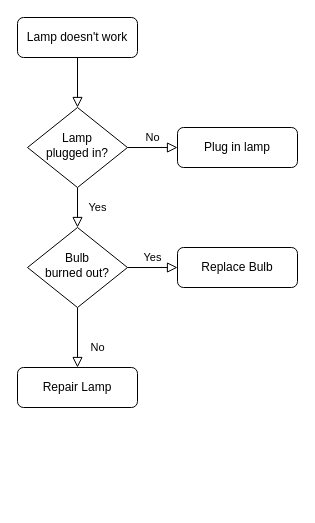
Earlier version of the draw.io diagram 3_3LeapYear.drawio (clintio/100-Python-Challenges). Source tidied: cells renumbered, new cells numbered last; positions are measured from the earlier drawing's top-left corner, leaving out a move shared by most shapes. Both pictures are drawn from the tidied source at 100%, with x=0, y=0 at pixel (17, 17).
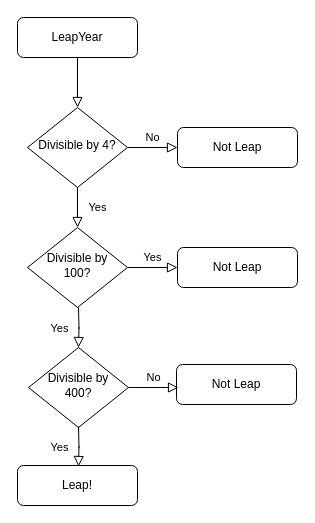
The same diagram, later.

The edit, as a diff of the source:
```diff
@@
 <mxGraphModel>
   <root>
     <mxCell id="0" />
     <mxCell id="1" parent="0" />
     <mxCell id="2" style="rounded=0;html=1;jettySize=auto;fontSize=11;endArrow=block;endFill=0;endSize=8;strokeWidth=1;shadow=0;labelBackgroundColor=none;edgeStyle=orthogonalEdgeStyle;" parent="1" edge="1" source="3" target="6">
       <mxGeometry relative="1" as="geometry" />
     </mxCell>
-    <mxCell id="3" value="Lamp doesn't work" style="rounded=1;whiteSpace=wrap;html=1;fontSize=12;glass=0;strokeWidth=1;shadow=0;" parent="1" vertex="1">
+    <mxCell id="3" value="LeapYear" style="rounded=1;whiteSpace=wrap;html=1;fontSize=12;glass=0;strokeWidth=1;shadow=0;" parent="1" vertex="1">
       <mxGeometry width="120" height="40" as="geometry" />
     </mxCell>
     <mxCell id="4" value="Yes" style="rounded=0;html=1;jettySize=auto;fontSize=11;endArrow=block;endFill=0;endSize=8;strokeWidth=1;shadow=0;labelBackgroundColor=none;edgeStyle=orthogonalEdgeStyle;" parent="1" edge="1" source="6" target="10">
       <mxGeometry y="20" relative="1" as="geometry" />
     </mxCell>
     <mxCell id="5" value="No" style="edgeStyle=orthogonalEdgeStyle;rounded=0;html=1;jettySize=auto;fontSize=11;endArrow=block;endFill=0;endSize=8;strokeWidth=1;shadow=0;labelBackgroundColor=none;" parent="1" edge="1" source="6" target="7">
       <mxGeometry y="10" relative="1" as="geometry" />
     </mxCell>
-    <mxCell id="6" value="Lamp&lt;br&gt;plugged in?" style="rhombus;whiteSpace=wrap;html=1;shadow=0;fontFamily=Helvetica;fontSize=12;align=center;strokeWidth=1;spacing=6;spacingTop=-4;" parent="1" vertex="1">
+    <mxCell id="6" value="Divisible by 4?" style="rhombus;whiteSpace=wrap;html=1;shadow=0;fontFamily=Helvetica;fontSize=12;align=center;strokeWidth=1;spacing=6;spacingTop=-4;" parent="1" vertex="1">
       <mxGeometry x="10" y="90" width="100" height="80" as="geometry" />
     </mxCell>
-    <mxCell id="7" value="Plug in lamp" style="rounded=1;whiteSpace=wrap;html=1;fontSize=12;glass=0;strokeWidth=1;shadow=0;" parent="1" vertex="1">
+    <mxCell id="7" value="Not Leap" style="rounded=1;whiteSpace=wrap;html=1;fontSize=12;glass=0;strokeWidth=1;shadow=0;" parent="1" vertex="1">
       <mxGeometry x="160" y="110" width="120" height="40" as="geometry" />
     </mxCell>
-    <mxCell id="8" value="No" style="rounded=0;html=1;jettySize=auto;fontSize=11;endArrow=block;endFill=0;endSize=8;strokeWidth=1;shadow=0;labelBackgroundColor=none;edgeStyle=orthogonalEdgeStyle;" parent="1" edge="1" source="10" target="11">
-      <mxGeometry x="0.33" y="20" relative="1" as="geometry" />
-    </mxCell>
     <mxCell id="9" value="Yes" style="edgeStyle=orthogonalEdgeStyle;rounded=0;html=1;jettySize=auto;fontSize=11;endArrow=block;endFill=0;endSize=8;strokeWidth=1;shadow=0;labelBackgroundColor=none;" parent="1" edge="1" source="10" target="12">
       <mxGeometry y="10" relative="1" as="geometry" />
     </mxCell>
-    <mxCell id="10" value="Bulb&lt;br&gt;burned out?" style="rhombus;whiteSpace=wrap;html=1;shadow=0;fontFamily=Helvetica;fontSize=12;align=center;strokeWidth=1;spacing=6;spacingTop=-4;" parent="1" vertex="1">
+    <mxCell id="10" value="Divisible by 100?" style="rhombus;whiteSpace=wrap;html=1;shadow=0;fontFamily=Helvetica;fontSize=12;align=center;strokeWidth=1;spacing=6;spacingTop=-4;" parent="1" vertex="1">
       <mxGeometry x="10" y="210" width="100" height="80" as="geometry" />
     </mxCell>
-    <mxCell id="11" value="Repair Lamp" style="rounded=1;whiteSpace=wrap;html=1;fontSize=12;glass=0;strokeWidth=1;shadow=0;" parent="1" vertex="1">
-      <mxGeometry y="350" width="120" height="40" as="geometry" />
+    <mxCell id="11" value="Leap!" style="rounded=1;whiteSpace=wrap;html=1;fontSize=12;glass=0;strokeWidth=1;shadow=0;" parent="1" vertex="1">
+      <mxGeometry y="448" width="120" height="40" as="geometry" />
     </mxCell>
-    <mxCell id="12" value="Replace Bulb" style="rounded=1;whiteSpace=wrap;html=1;fontSize=12;glass=0;strokeWidth=1;shadow=0;" parent="1" vertex="1">
+    <mxCell id="12" value="Not Leap" style="rounded=1;whiteSpace=wrap;html=1;fontSize=12;glass=0;strokeWidth=1;shadow=0;" parent="1" vertex="1">
       <mxGeometry x="160" y="230" width="120" height="40" as="geometry" />
     </mxCell>
+    <mxCell id="13" value="Divisible by 400?" style="rhombus;whiteSpace=wrap;html=1;shadow=0;fontFamily=Helvetica;fontSize=12;align=center;strokeWidth=1;spacing=6;spacingTop=-4;" parent="1" vertex="1">
+      <mxGeometry x="11" y="330" width="100" height="80" as="geometry" />
+    </mxCell>
+    <mxCell id="14" value="Not Leap" style="rounded=1;whiteSpace=wrap;html=1;fontSize=12;glass=0;strokeWidth=1;shadow=0;" parent="1" vertex="1">
+      <mxGeometry x="159" y="347" width="120" height="40" as="geometry" />
+    </mxCell>
+    <mxCell id="8" value="No" style="edgeStyle=orthogonalEdgeStyle;rounded=0;html=1;jettySize=auto;orthogonalLoop=1;fontSize=11;endArrow=block;endFill=0;endSize=8;strokeWidth=1;shadow=0;labelBackgroundColor=none;" parent="1" edge="1">
+      <mxGeometry y="10" relative="1" as="geometry">
+        <mxPoint x="111" y="370" as="sourcePoint" />
+        <mxPoint x="161" y="370" as="targetPoint" />
+      </mxGeometry>
+    </mxCell>
+    <mxCell id="15" value="Yes" style="rounded=0;html=1;jettySize=auto;orthogonalLoop=1;fontSize=11;endArrow=block;endFill=0;endSize=8;strokeWidth=1;shadow=0;labelBackgroundColor=none;edgeStyle=orthogonalEdgeStyle;" parent="1" edge="1">
+      <mxGeometry y="20" relative="1" as="geometry">
+        <mxPoint x="61" y="290" as="sourcePoint" />
+        <mxPoint x="61" y="330" as="targetPoint" />
+      </mxGeometry>
+    </mxCell>
+    <mxCell id="16" value="Yes" style="rounded=0;html=1;jettySize=auto;orthogonalLoop=1;fontSize=11;endArrow=block;endFill=0;endSize=8;strokeWidth=1;shadow=0;labelBackgroundColor=none;edgeStyle=orthogonalEdgeStyle;" parent="1" edge="1">
+      <mxGeometry y="20" relative="1" as="geometry">
+        <mxPoint x="61" y="409" as="sourcePoint" />
+        <mxPoint x="61" y="449" as="targetPoint" />
+      </mxGeometry>
+    </mxCell>
   </root>
 </mxGraphModel>
```
